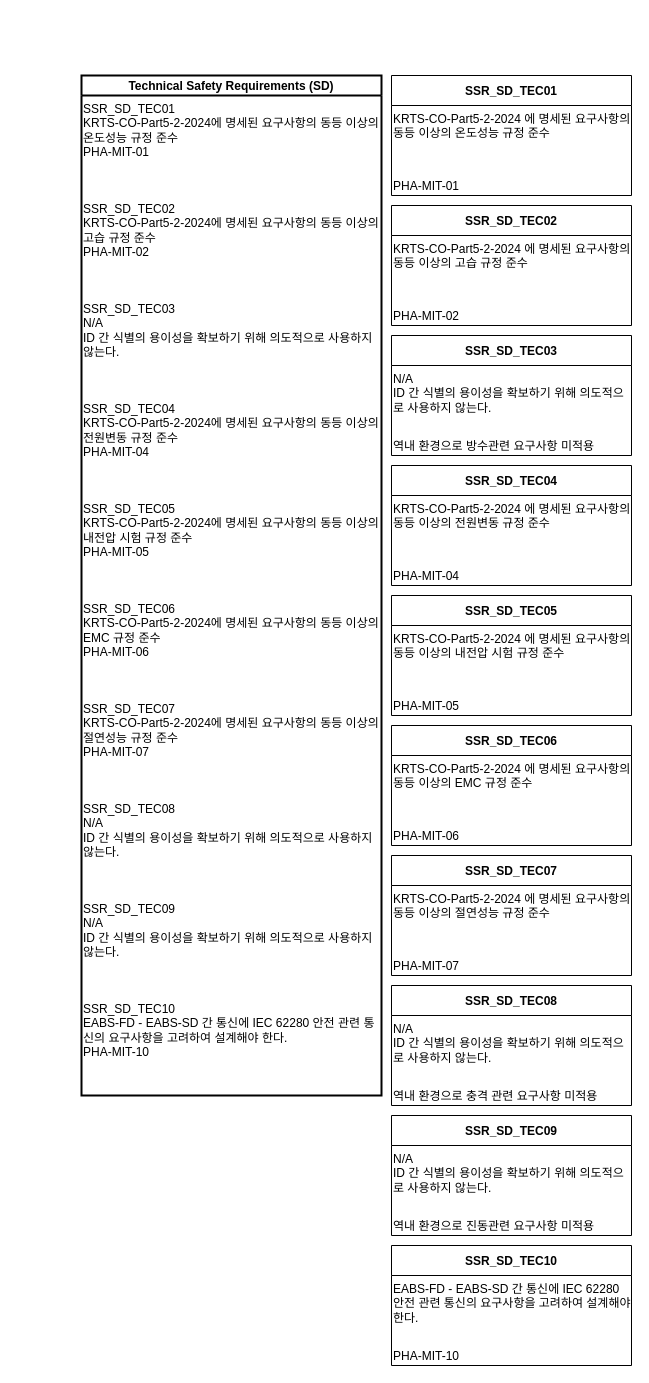
The draw.io diagram page "Technical Safety Requirements (SD)" (3 of 14) of EABS_SIL4/FCPU/SRS_to_Block_Diagram00.drawio in chillin2/MyDraw.io, before the edit. Source tidied: cells renumbered, new cells numbered last; positions are measured from the earlier drawing's top-left corner, leaving out a move shared by most shapes. Both pictures are drawn from the tidied source at 100%, with x=0, y=0 at pixel (81, 75).
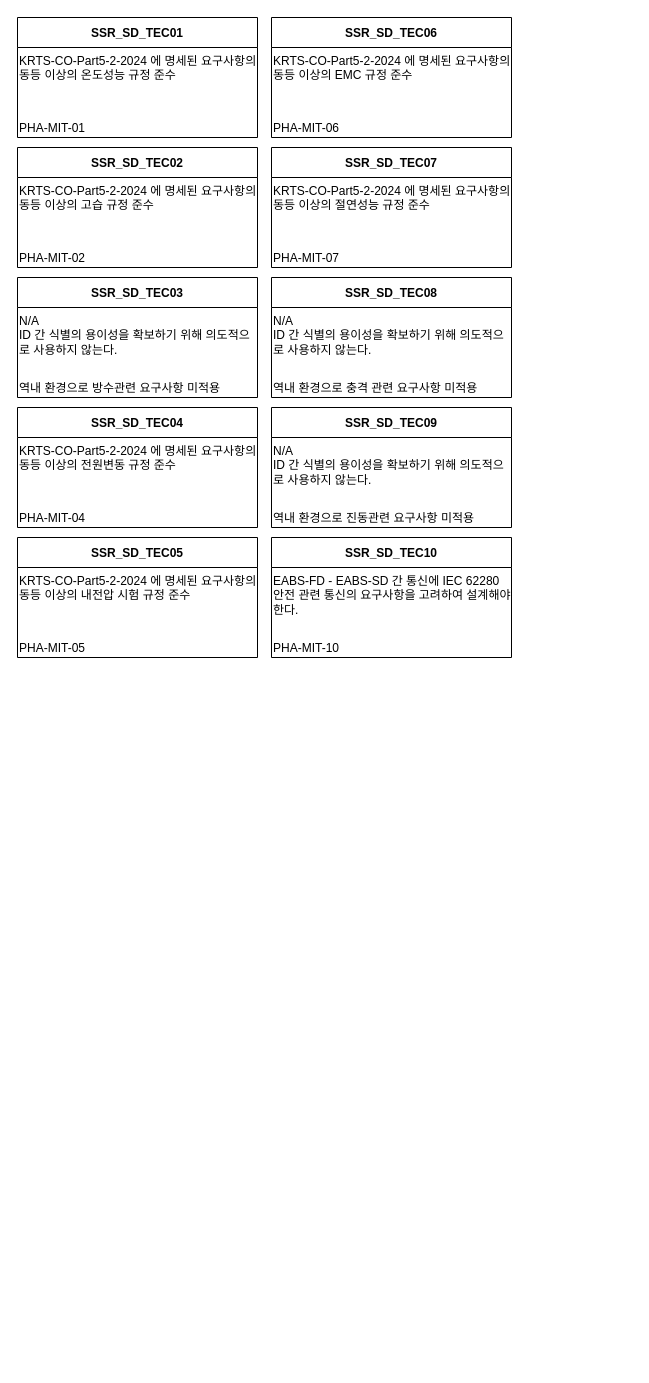
After the change.

Change to the diagram source:
```diff
@@
-    <mxCell id="2" value="Technical Safety Requirements (SD)" style="swimlane;horizontal=1;startSize=20;strokeWidth=2;" parent="1" vertex="1">
-      <mxGeometry width="300" height="1020" as="geometry" />
-    </mxCell>
-    <mxCell id="3" value="SSR_SD_TEC01&#10;KRTS-CO-Part5-2-2024에 명세된 요구사항의 동등 이상의 온도성능 규정 준수&#10;PHA-MIT-01" style="text;strokeColor=none;fillColor=none;whiteSpace=wrap;" parent="2" vertex="1">
-      <mxGeometry y="20" width="300" height="100" as="geometry" />
-    </mxCell>
-    <mxCell id="4" value="SSR_SD_TEC02&#10;KRTS-CO-Part5-2-2024에 명세된 요구사항의 동등 이상의 고습 규정 준수&#10;PHA-MIT-02" style="text;strokeColor=none;fillColor=none;whiteSpace=wrap;" parent="2" vertex="1">
-      <mxGeometry y="120" width="300" height="100" as="geometry" />
-    </mxCell>
-    <mxCell id="5" value="SSR_SD_TEC03&#10;N/A&#10;ID 간 식별의 용이성을 확보하기 위해 의도적으로 사용하지 않는다." style="text;strokeColor=none;fillColor=none;whiteSpace=wrap;" parent="2" vertex="1">
-      <mxGeometry y="220" width="300" height="100" as="geometry" />
-    </mxCell>
-    <mxCell id="6" value="SSR_SD_TEC04&#10;KRTS-CO-Part5-2-2024에 명세된 요구사항의 동등 이상의전원변동 규정 준수&#10;PHA-MIT-04" style="text;strokeColor=none;fillColor=none;whiteSpace=wrap;" parent="2" vertex="1">
-      <mxGeometry y="320" width="300" height="100" as="geometry" />
-    </mxCell>
-    <mxCell id="7" value="SSR_SD_TEC05&#10;KRTS-CO-Part5-2-2024에 명세된 요구사항의 동등 이상의 내전압 시험 규정 준수&#10;PHA-MIT-05" style="text;strokeColor=none;fillColor=none;whiteSpace=wrap;" parent="2" vertex="1">
-      <mxGeometry y="420" width="300" height="100" as="geometry" />
-    </mxCell>
-    <mxCell id="8" value="SSR_SD_TEC06&#10;KRTS-CO-Part5-2-2024에 명세된 요구사항의 동등 이상의EMC 규정 준수&#10;PHA-MIT-06" style="text;strokeColor=none;fillColor=none;whiteSpace=wrap;" parent="2" vertex="1">
-      <mxGeometry y="520" width="300" height="100" as="geometry" />
-    </mxCell>
-    <mxCell id="9" value="SSR_SD_TEC07&#10;KRTS-CO-Part5-2-2024에 명세된 요구사항의 동등 이상의 절연성능 규정 준수&#10;PHA-MIT-07" style="text;strokeColor=none;fillColor=none;whiteSpace=wrap;" parent="2" vertex="1">
-      <mxGeometry y="620" width="300" height="100" as="geometry" />
-    </mxCell>
-    <mxCell id="10" value="SSR_SD_TEC08&#10;N/A&#10;ID 간 식별의 용이성을 확보하기 위해 의도적으로 사용하지 않는다." style="text;strokeColor=none;fillColor=none;whiteSpace=wrap;" parent="2" vertex="1">
-      <mxGeometry y="720" width="300" height="100" as="geometry" />
-    </mxCell>
-    <mxCell id="11" value="SSR_SD_TEC09&#10;N/A&#10;ID 간 식별의 용이성을 확보하기 위해 의도적으로 사용하지 않는다." style="text;strokeColor=none;fillColor=none;whiteSpace=wrap;" parent="2" vertex="1">
-      <mxGeometry y="820" width="300" height="100" as="geometry" />
-    </mxCell>
-    <mxCell id="12" value="SSR_SD_TEC10&#10;EABS-FD - EABS-SD 간 통신에 IEC 62280 안전 관련 통신의 요구사항을 고려하여 설계해야 한다.&#10;PHA-MIT-10" style="text;strokeColor=none;fillColor=none;whiteSpace=wrap;" parent="2" vertex="1">
-      <mxGeometry y="920" width="300" height="100" as="geometry" />
-    </mxCell>
     <mxCell id="13" value="SSR_SD_TEC01" style="swimlane;horizontal=1;startSize=30;" parent="1" vertex="1">
-      <mxGeometry x="310" width="240" height="120" as="geometry" />
+      <mxGeometry x="-64" y="-58" width="240" height="120" as="geometry" />
     </mxCell>
@@
     <mxCell id="16" value="SSR_SD_TEC02" style="swimlane;horizontal=1;startSize=30;" parent="1" vertex="1">
-      <mxGeometry x="310" y="130" width="240" height="120" as="geometry" />
+      <mxGeometry x="-64" y="72" width="240" height="120" as="geometry" />
     </mxCell>
@@
     <mxCell id="19" value="SSR_SD_TEC03" style="swimlane;horizontal=1;startSize=30;" parent="1" vertex="1">
-      <mxGeometry x="310" y="260" width="240" height="120" as="geometry" />
+      <mxGeometry x="-64" y="202" width="240" height="120" as="geometry" />
     </mxCell>
@@
     <mxCell id="22" value="SSR_SD_TEC04" style="swimlane;horizontal=1;startSize=30;" parent="1" vertex="1">
-      <mxGeometry x="310" y="390" width="240" height="120" as="geometry" />
+      <mxGeometry x="-64" y="332" width="240" height="120" as="geometry" />
     </mxCell>
@@
     <mxCell id="25" value="SSR_SD_TEC05" style="swimlane;horizontal=1;startSize=30;" parent="1" vertex="1">
-      <mxGeometry x="310" y="520" width="240" height="120" as="geometry" />
+      <mxGeometry x="-64" y="462" width="240" height="120" as="geometry" />
     </mxCell>
@@
     <mxCell id="28" value="SSR_SD_TEC06" style="swimlane;horizontal=1;startSize=30;" parent="1" vertex="1">
-      <mxGeometry x="310" y="650" width="240" height="120" as="geometry" />
+      <mxGeometry x="190" y="-58" width="240" height="120" as="geometry" />
     </mxCell>
@@
     <mxCell id="31" value="SSR_SD_TEC07" style="swimlane;horizontal=1;startSize=30;" parent="1" vertex="1">
-      <mxGeometry x="310" y="780" width="240" height="120" as="geometry" />
+      <mxGeometry x="190" y="72" width="240" height="120" as="geometry" />
     </mxCell>
@@
     <mxCell id="34" value="SSR_SD_TEC08" style="swimlane;horizontal=1;startSize=30;" parent="1" vertex="1">
-      <mxGeometry x="310" y="910" width="240" height="120" as="geometry" />
+      <mxGeometry x="190" y="202" width="240" height="120" as="geometry" />
     </mxCell>
@@
     <mxCell id="37" value="SSR_SD_TEC09" style="swimlane;horizontal=1;startSize=30;" parent="1" vertex="1">
-      <mxGeometry x="310" y="1040" width="240" height="120" as="geometry" />
+      <mxGeometry x="190" y="332" width="240" height="120" as="geometry" />
     </mxCell>
@@
     <mxCell id="40" value="SSR_SD_TEC10" style="swimlane;horizontal=1;startSize=30;" parent="1" vertex="1">
-      <mxGeometry x="310" y="1170" width="240" height="120" as="geometry" />
+      <mxGeometry x="190" y="462" width="240" height="120" as="geometry" />
     </mxCell>
```
